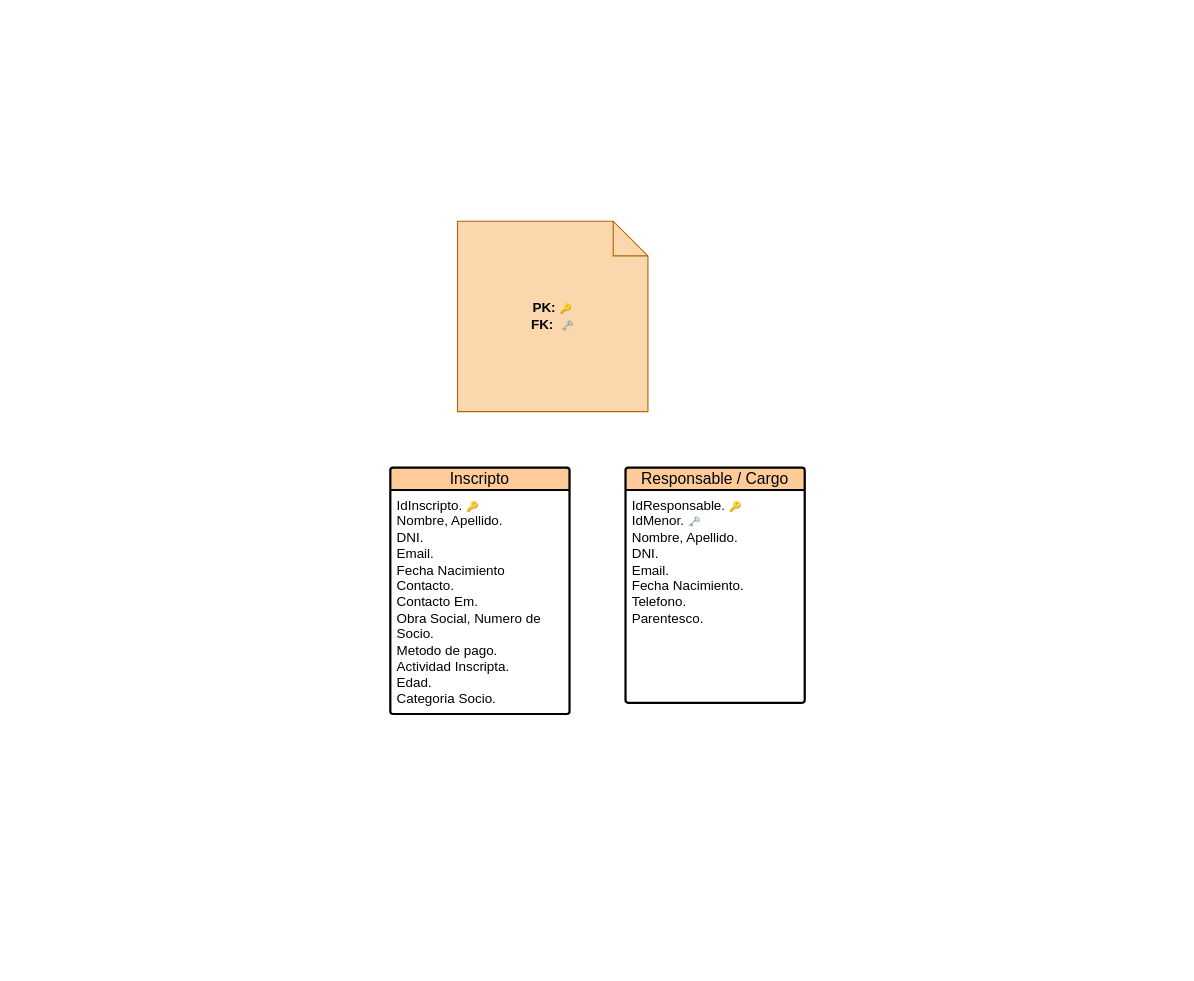
Above: DER/DER.drawio in EliasMenn/BBDDA_Grupo_12 (draw.io), before the change. Source tidied: cells renumbered, new cells numbered last; positions are measured from the earlier drawing's top-left corner, leaving out a move shared by most shapes. Both pictures are drawn from the tidied source at 112%, with x=0, y=0 at pixel (390, 221).
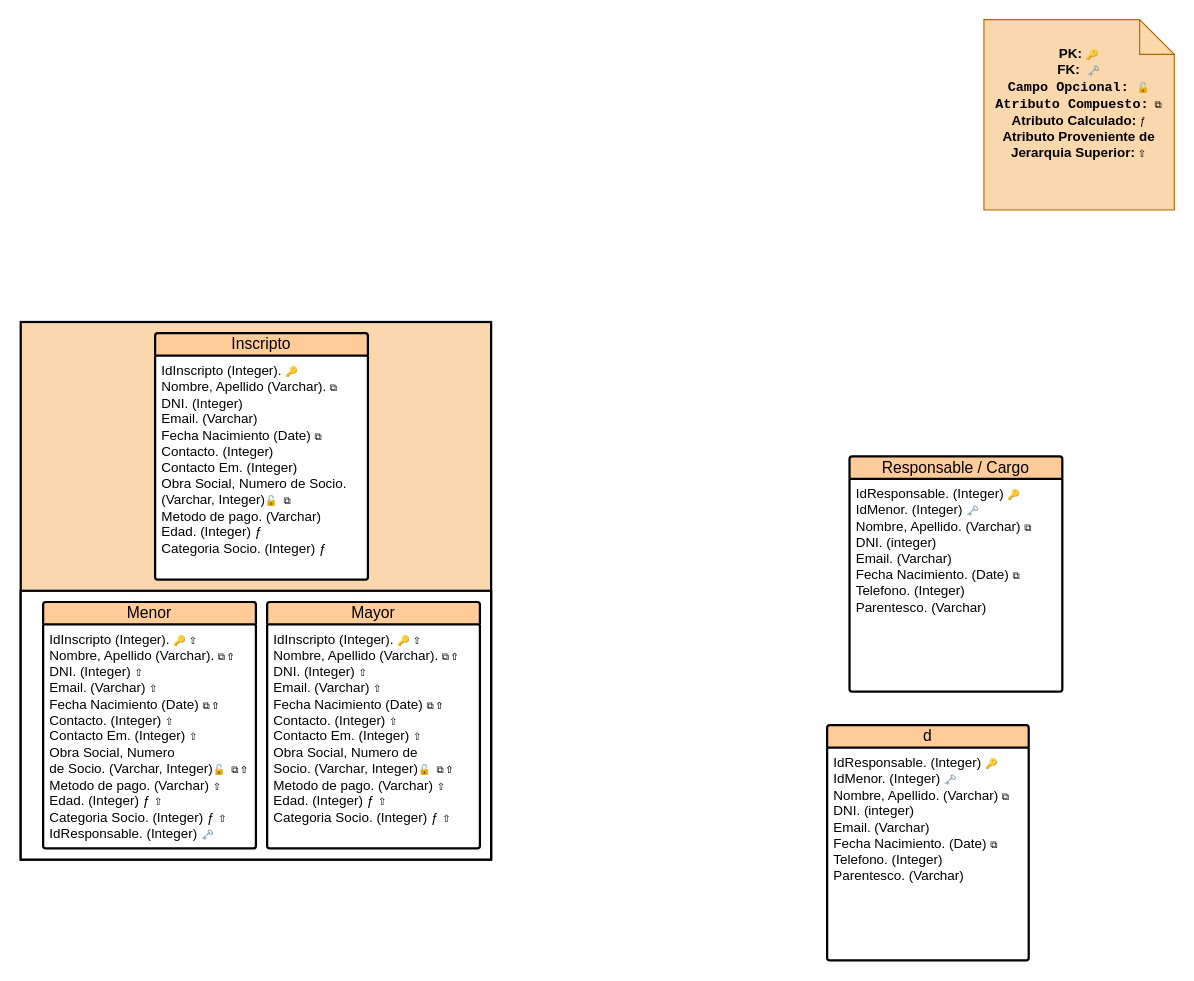
The same diagram, later.

Commit message (it also covers changes not shown here):
Modificacion DER

Se agregan Jerarquias a la estructura de Inscripto

What changed in the source:
```diff
@@
 <mxGraphModel>
   <root>
     <mxCell id="0" />
     <mxCell id="1" parent="0" />
-    <mxCell id="2" value="Inscripto" style="swimlane;horizontal=1;startSize=20;rounded=1;fontSize=14;fontStyle=0;strokeWidth=2;shadow=0;dashed=0;align=center;arcSize=4;whiteSpace=wrap;html=1;perimeterSpacing=0;strokeColor=#000000;fillColor=#FFCC99;fillStyle=auto;gradientColor=none;swimlaneFillColor=#FFFFFF;" parent="1" vertex="1">
-      <mxGeometry y="220" width="160" height="220" as="geometry" />
-    </mxCell>
-    <mxCell id="3" value="&lt;div style=&quot;&quot;&gt;&lt;span style=&quot;background-color: transparent; color: light-dark(rgb(0, 0, 0), rgb(255, 255, 255));&quot;&gt;IdInscripto&lt;/span&gt;&lt;span style=&quot;background-color: transparent; color: light-dark(rgb(0, 0, 0), rgb(255, 255, 255));&quot;&gt;.&amp;nbsp;&lt;/span&gt;&lt;font style=&quot;background-color: transparent; color: light-dark(rgb(0, 0, 0), rgb(255, 255, 255)); font-size: 9px;&quot;&gt;🔑&lt;/font&gt;&lt;/div&gt;Nombre, Apellido.&lt;div&gt;DNI.&lt;/div&gt;&lt;div&gt;Email.&lt;/div&gt;&lt;div&gt;Fecha Nacimiento&lt;/div&gt;&lt;div&gt;Contacto.&lt;br&gt;Contacto Em.&lt;/div&gt;&lt;div&gt;Obra Social, Numero de Socio.&lt;/div&gt;&lt;div&gt;Metodo de pago.&lt;/div&gt;&lt;div&gt;Actividad Inscripta.&lt;/div&gt;&lt;div&gt;Edad.&lt;/div&gt;&lt;div&gt;Categoria Socio.&lt;/div&gt;&lt;div&gt;&lt;br&gt;&lt;/div&gt;&lt;div&gt;&lt;br&gt;&lt;/div&gt;" style="align=left;strokeColor=none;fillColor=none;spacingLeft=4;spacingRight=4;fontSize=12;verticalAlign=top;html=1;whiteSpace=wrap;" parent="2" vertex="1">
-      <mxGeometry y="20" width="160" height="200" as="geometry" />
-    </mxCell>
+    <mxCell id="7" style="rounded=0;whiteSpace=wrap;html=1;fillColor=#fad7ac;strokeColor=light-dark(#000000, #c98531);strokeWidth=2;" parent="1" vertex="1">
+      <mxGeometry x="-330" y="90" width="420" height="480" as="geometry" />
+    </mxCell>
-    <mxCell id="4" value="&lt;div&gt;&lt;b&gt;PK:&amp;nbsp;&lt;/b&gt;&lt;span style=&quot;font-size: 9px; text-align: left;&quot;&gt;🔑&lt;/span&gt;&lt;b&gt;&lt;br&gt;FK:&amp;nbsp;&lt;/b&gt;&lt;span style=&quot;background-color: transparent; color: light-dark(rgb(0, 0, 0), rgb(255, 255, 255)); text-align: left;&quot;&gt;&amp;nbsp;&lt;/span&gt;&lt;span style=&quot;background-color: transparent; color: light-dark(rgb(0, 0, 0), rgb(255, 255, 255)); text-wrap-mode: nowrap;&quot;&gt;&lt;font style=&quot;font-size: 9px;&quot;&gt;🗝️&lt;/font&gt;&lt;/span&gt;&lt;/div&gt;" style="shape=note;size=31;whiteSpace=wrap;html=1;fillColor=#fad7ac;strokeColor=#b46504;" parent="1" vertex="1">
-      <mxGeometry x="60" width="170" height="170" as="geometry" />
+    <mxCell id="4" value="&lt;div&gt;&lt;b&gt;PK:&amp;nbsp;&lt;/b&gt;&lt;span style=&quot;font-size: 9px; text-align: left;&quot;&gt;🔑&lt;/span&gt;&lt;b&gt;&lt;br&gt;FK:&amp;nbsp;&lt;/b&gt;&lt;span style=&quot;background-color: transparent; color: light-dark(rgb(0, 0, 0), rgb(255, 255, 255)); text-align: left;&quot;&gt;&amp;nbsp;&lt;/span&gt;&lt;span style=&quot;background-color: transparent; color: light-dark(rgb(0, 0, 0), rgb(255, 255, 255)); text-wrap-mode: nowrap;&quot;&gt;&lt;font style=&quot;font-size: 9px;&quot;&gt;🗝️&lt;/font&gt;&lt;/span&gt;&lt;/div&gt;&lt;div&gt;&lt;span style=&quot;font-family: monospace;&quot;&gt;&lt;font&gt;&lt;b&gt;Campo Opcional:&amp;nbsp;&lt;/b&gt;&lt;/font&gt;&lt;font style=&quot;font-size: 9px;&quot;&gt;🔓&lt;/font&gt;&lt;/span&gt;&lt;span style=&quot;background-color: transparent; color: light-dark(rgb(0, 0, 0), rgb(255, 255, 255)); text-wrap-mode: nowrap;&quot;&gt;&lt;font style=&quot;font-size: 9px;&quot;&gt;&lt;/font&gt;&lt;/span&gt;&lt;/div&gt;&lt;div&gt;&lt;span style=&quot;font-family: monospace;&quot;&gt;&lt;b&gt;&lt;font&gt;Atributo Compuesto:&lt;/font&gt;&lt;font style=&quot;font-size: 9px;&quot;&gt;&amp;nbsp;&lt;/font&gt;&lt;/b&gt;&lt;/span&gt;&lt;span style=&quot;background-color: transparent; color: light-dark(rgb(0, 0, 0), rgb(255, 255, 255));&quot;&gt;&lt;font style=&quot;font-size: 9px;&quot;&gt;⧉&lt;/font&gt;&lt;/span&gt;&lt;/div&gt;&lt;div&gt;&lt;span style=&quot;background-color: transparent; color: light-dark(rgb(0, 0, 0), rgb(255, 255, 255));&quot;&gt;&lt;font&gt;&lt;b&gt;Atributo Calculado:&amp;nbsp;&lt;/b&gt;&lt;/font&gt;&lt;/span&gt;&lt;span style=&quot;background-color: transparent; color: light-dark(rgb(0, 0, 0), rgb(255, 255, 255));&quot;&gt;&lt;font style=&quot;font-size: 9px;&quot;&gt;ƒ&lt;/font&gt;&lt;/span&gt;&lt;/div&gt;&lt;div&gt;&lt;span style=&quot;background-color: transparent; color: light-dark(rgb(0, 0, 0), rgb(255, 255, 255));&quot;&gt;&lt;font&gt;&lt;b&gt;Atributo Proveniente de Jerarquia Superior:&lt;/b&gt;&lt;/font&gt;&lt;font style=&quot;font-size: 9px;&quot;&gt;&amp;nbsp;&lt;/font&gt;&lt;/span&gt;&lt;span style=&quot;background-color: transparent; color: light-dark(rgb(0, 0, 0), rgb(255, 255, 255));&quot;&gt;&lt;font style=&quot;font-size: 9px;&quot;&gt;⇧&lt;/font&gt;&lt;/span&gt;&lt;/div&gt;&lt;div&gt;&lt;table&gt;&lt;tbody&gt;&lt;tr&gt;&lt;td&gt;&lt;br&gt;&lt;/td&gt;&lt;/tr&gt;&lt;/tbody&gt;&lt;/table&gt;&lt;/div&gt;" style="shape=note;size=31;whiteSpace=wrap;html=1;fillColor=#fad7ac;strokeColor=#b46504;" parent="1" vertex="1">
+      <mxGeometry x="530" y="-180" width="170" height="170" as="geometry" />
     </mxCell>
     <mxCell id="5" value="Responsable / Cargo" style="swimlane;horizontal=1;startSize=20;rounded=1;fontSize=14;fontStyle=0;strokeWidth=2;shadow=0;dashed=0;align=center;arcSize=4;whiteSpace=wrap;html=1;perimeterSpacing=0;strokeColor=#000000;fillColor=#FFCC99;fillStyle=auto;gradientColor=none;swimlaneFillColor=#FFFFFF;" parent="1" vertex="1">
-      <mxGeometry x="210" y="220" width="160" height="210" as="geometry" />
+      <mxGeometry x="410" y="210" width="190" height="210" as="geometry" />
     </mxCell>
-    <mxCell id="6" value="&lt;div&gt;IdResponsable.&lt;b&gt;&amp;nbsp;&lt;/b&gt;&lt;span style=&quot;font-size: 9px; background-color: transparent; color: light-dark(rgb(0, 0, 0), rgb(255, 255, 255));&quot;&gt;🔑&lt;/span&gt;&lt;/div&gt;IdMenor.&amp;nbsp;&lt;span style=&quot;text-align: center; text-wrap-mode: nowrap;&quot;&gt;&lt;font style=&quot;font-size: 9px;&quot;&gt;🗝️&lt;/font&gt;&lt;/span&gt;&lt;br&gt;Nombre, Apellido.&lt;div&gt;DNI.&lt;br&gt;&lt;div&gt;Email.&lt;/div&gt;&lt;div&gt;Fecha Nacimiento.&lt;/div&gt;&lt;div&gt;Telefono.&lt;/div&gt;&lt;div&gt;Parentesco.&lt;/div&gt;&lt;div&gt;&lt;br&gt;&lt;/div&gt;&lt;div&gt;&lt;br&gt;&lt;/div&gt;&lt;/div&gt;" style="align=left;strokeColor=none;fillColor=none;spacingLeft=4;spacingRight=4;fontSize=12;verticalAlign=top;html=1;whiteSpace=wrap;" parent="5" vertex="1">
-      <mxGeometry y="20" width="160" height="190" as="geometry" />
+    <mxCell id="6" value="&lt;div&gt;IdResponsable. (Integer)&lt;b&gt;&amp;nbsp;&lt;/b&gt;&lt;span style=&quot;font-size: 9px; background-color: transparent; color: light-dark(rgb(0, 0, 0), rgb(255, 255, 255));&quot;&gt;🔑&lt;/span&gt;&lt;/div&gt;IdMenor. (Integer)&amp;nbsp;&lt;span style=&quot;text-align: center; text-wrap-mode: nowrap;&quot;&gt;&lt;font style=&quot;font-size: 9px;&quot;&gt;🗝️&lt;/font&gt;&lt;/span&gt;&lt;br&gt;Nombre, Apellido. (Varchar)&amp;nbsp;&lt;span style=&quot;font-size: 9px; text-align: center;&quot;&gt;⧉&lt;/span&gt;&lt;div&gt;DNI. (integer)&lt;br&gt;&lt;div&gt;Email. (Varchar)&lt;/div&gt;&lt;div&gt;Fecha Nacimiento. (Date)&amp;nbsp;&lt;span style=&quot;font-size: 9px; text-align: center; background-color: transparent; color: light-dark(rgb(0, 0, 0), rgb(255, 255, 255));&quot;&gt;⧉&lt;/span&gt;&lt;/div&gt;&lt;div&gt;Telefono. (Integer)&lt;/div&gt;&lt;div&gt;Parentesco. (Varchar)&lt;/div&gt;&lt;div&gt;&lt;br&gt;&lt;/div&gt;&lt;div&gt;&lt;br&gt;&lt;/div&gt;&lt;/div&gt;" style="align=left;strokeColor=none;fillColor=none;spacingLeft=4;spacingRight=4;fontSize=12;verticalAlign=top;html=1;whiteSpace=wrap;" parent="5" vertex="1">
+      <mxGeometry y="20" width="190" height="190" as="geometry" />
     </mxCell>
+    <mxCell id="8" value="d" style="swimlane;horizontal=1;startSize=20;rounded=1;fontSize=14;fontStyle=0;strokeWidth=2;shadow=0;dashed=0;align=center;arcSize=4;whiteSpace=wrap;html=1;perimeterSpacing=0;strokeColor=#000000;fillColor=#FFCC99;fillStyle=auto;gradientColor=none;swimlaneFillColor=#FFFFFF;" parent="1" vertex="1">
+      <mxGeometry x="390" y="450" width="180" height="210" as="geometry" />
+    </mxCell>
+    <mxCell id="9" value="&lt;div&gt;IdResponsable. (Integer)&lt;b&gt;&amp;nbsp;&lt;/b&gt;&lt;span style=&quot;font-size: 9px; background-color: transparent; color: light-dark(rgb(0, 0, 0), rgb(255, 255, 255));&quot;&gt;🔑&lt;/span&gt;&lt;/div&gt;IdMenor. (Integer)&amp;nbsp;&lt;span style=&quot;text-align: center; text-wrap-mode: nowrap;&quot;&gt;&lt;font style=&quot;font-size: 9px;&quot;&gt;🗝️&lt;/font&gt;&lt;/span&gt;&lt;br&gt;Nombre, Apellido. (Varchar)&amp;nbsp;&lt;span style=&quot;font-size: 9px; text-align: center;&quot;&gt;⧉&lt;/span&gt;&lt;div&gt;DNI. (integer)&lt;br&gt;&lt;div&gt;Email. (Varchar)&lt;/div&gt;&lt;div&gt;Fecha Nacimiento. (Date)&amp;nbsp;&lt;span style=&quot;font-size: 9px; text-align: center; background-color: transparent; color: light-dark(rgb(0, 0, 0), rgb(255, 255, 255));&quot;&gt;⧉&lt;/span&gt;&lt;/div&gt;&lt;div&gt;Telefono. (Integer)&lt;/div&gt;&lt;div&gt;Parentesco. (Varchar)&lt;/div&gt;&lt;div&gt;&lt;br&gt;&lt;/div&gt;&lt;div&gt;&lt;br&gt;&lt;/div&gt;&lt;/div&gt;" style="align=left;strokeColor=none;fillColor=none;spacingLeft=4;spacingRight=4;fontSize=12;verticalAlign=top;html=1;whiteSpace=wrap;" parent="8" vertex="1">
+      <mxGeometry y="20" width="180" height="190" as="geometry" />
+    </mxCell>
+    <mxCell id="2" value="Inscripto" style="swimlane;horizontal=1;startSize=20;rounded=1;fontSize=14;fontStyle=0;strokeWidth=2;shadow=0;dashed=0;align=center;arcSize=4;whiteSpace=wrap;html=1;perimeterSpacing=0;strokeColor=#000000;fillColor=#FFCC99;fillStyle=auto;gradientColor=none;swimlaneFillColor=#FFFFFF;" parent="1" vertex="1">
+      <mxGeometry x="-210" y="100" width="190" height="220" as="geometry" />
+    </mxCell>
+    <mxCell id="3" value="&lt;div style=&quot;&quot;&gt;&lt;span style=&quot;background-color: transparent; color: light-dark(rgb(0, 0, 0), rgb(255, 255, 255));&quot;&gt;IdInscripto (Integer)&lt;/span&gt;&lt;span style=&quot;background-color: transparent; color: light-dark(rgb(0, 0, 0), rgb(255, 255, 255));&quot;&gt;.&amp;nbsp;&lt;/span&gt;&lt;font style=&quot;background-color: transparent; color: light-dark(rgb(0, 0, 0), rgb(255, 255, 255)); font-size: 9px;&quot;&gt;🔑&lt;/font&gt;&lt;/div&gt;Nombre, Apellido (Varchar).&amp;nbsp;&lt;span style=&quot;font-size: 9px; text-align: center;&quot;&gt;⧉&lt;/span&gt;&lt;div&gt;DNI. (Integer)&lt;/div&gt;&lt;div&gt;Email. (Varchar)&lt;/div&gt;&lt;div&gt;Fecha Nacimiento (Date)&amp;nbsp;&lt;span style=&quot;font-size: 9px; text-align: center; background-color: transparent; color: light-dark(rgb(0, 0, 0), rgb(255, 255, 255));&quot;&gt;⧉&lt;/span&gt;&lt;/div&gt;&lt;div&gt;Contacto. (Integer)&lt;br&gt;Contacto Em. (Integer)&lt;/div&gt;&lt;div&gt;Obra Social, Numero de Socio. (Varchar, Integer)&lt;span style=&quot;font-family: monospace; font-size: 9px; text-align: center; background-color: transparent; color: light-dark(rgb(0, 0, 0), rgb(255, 255, 255));&quot;&gt;🔓&amp;nbsp;&lt;/span&gt;&lt;span style=&quot;font-size: 9px; text-align: center; background-color: transparent; color: light-dark(rgb(0, 0, 0), rgb(255, 255, 255));&quot;&gt;⧉&lt;/span&gt;&lt;/div&gt;&lt;div&gt;Metodo de pago. (Varchar)&lt;/div&gt;&lt;div&gt;Edad. (Integer)&amp;nbsp;&lt;span style=&quot;background-color: transparent; color: light-dark(rgb(0, 0, 0), rgb(255, 255, 255));&quot;&gt;ƒ&lt;/span&gt;&lt;/div&gt;&lt;div&gt;Categoria Socio. (Integer)&amp;nbsp;&lt;span style=&quot;background-color: transparent; color: light-dark(rgb(0, 0, 0), rgb(255, 255, 255));&quot;&gt;ƒ&lt;/span&gt;&lt;/div&gt;&lt;div&gt;&lt;br&gt;&lt;/div&gt;&lt;div&gt;&lt;br&gt;&lt;/div&gt;" style="align=left;strokeColor=none;fillColor=none;spacingLeft=4;spacingRight=4;fontSize=12;verticalAlign=top;html=1;whiteSpace=wrap;" parent="2" vertex="1">
+      <mxGeometry y="20" width="190" height="200" as="geometry" />
+    </mxCell>
+    <mxCell id="10" style="rounded=0;whiteSpace=wrap;html=1;" parent="2" vertex="1">
+      <mxGeometry y="220" width="190" as="geometry" />
+    </mxCell>
+    <mxCell id="11" style="rounded=0;whiteSpace=wrap;html=1;strokeWidth=2;perimeterSpacing=0;" parent="1" vertex="1">
+      <mxGeometry x="-330" y="330" width="420" height="240" as="geometry" />
+    </mxCell>
+    <mxCell id="12" value="Menor" style="swimlane;horizontal=1;startSize=20;rounded=1;fontSize=14;fontStyle=0;strokeWidth=2;shadow=0;dashed=0;align=center;arcSize=4;whiteSpace=wrap;html=1;perimeterSpacing=0;strokeColor=#000000;fillColor=#FFCC99;fillStyle=auto;gradientColor=none;swimlaneFillColor=#FFFFFF;" parent="1" vertex="1">
+      <mxGeometry x="-310" y="340" width="190" height="220" as="geometry" />
+    </mxCell>
+    <mxCell id="13" value="&lt;div style=&quot;&quot;&gt;&lt;span style=&quot;background-color: transparent; color: light-dark(rgb(0, 0, 0), rgb(255, 255, 255));&quot;&gt;IdInscripto (Integer)&lt;/span&gt;&lt;span style=&quot;background-color: transparent; color: light-dark(rgb(0, 0, 0), rgb(255, 255, 255));&quot;&gt;.&amp;nbsp;&lt;/span&gt;&lt;font style=&quot;background-color: transparent; color: light-dark(rgb(0, 0, 0), rgb(255, 255, 255)); font-size: 9px;&quot;&gt;🔑&amp;nbsp;&lt;/font&gt;&lt;span style=&quot;font-size: 9px; text-align: center; background-color: transparent; color: light-dark(rgb(0, 0, 0), rgb(255, 255, 255));&quot;&gt;⇧&lt;/span&gt;&lt;/div&gt;Nombre, Apellido (Varchar).&amp;nbsp;&lt;span style=&quot;font-size: 9px; text-align: center;&quot;&gt;⧉&amp;nbsp;&lt;/span&gt;&lt;span style=&quot;font-size: 9px; text-align: center;&quot;&gt;⇧&lt;/span&gt;&lt;div&gt;DNI. (Integer)&amp;nbsp;&lt;span style=&quot;font-size: 9px; text-align: center; background-color: transparent; color: light-dark(rgb(0, 0, 0), rgb(255, 255, 255));&quot;&gt;⇧&lt;/span&gt;&lt;/div&gt;&lt;div&gt;Email. (Varchar)&amp;nbsp;&lt;span style=&quot;font-size: 9px; text-align: center; background-color: transparent; color: light-dark(rgb(0, 0, 0), rgb(255, 255, 255));&quot;&gt;⇧&lt;/span&gt;&lt;/div&gt;&lt;div&gt;Fecha Nacimiento (Date)&amp;nbsp;&lt;span style=&quot;font-size: 9px; text-align: center; background-color: transparent; color: light-dark(rgb(0, 0, 0), rgb(255, 255, 255));&quot;&gt;⧉&amp;nbsp;&lt;/span&gt;&lt;span style=&quot;font-size: 9px; text-align: center; background-color: transparent; color: light-dark(rgb(0, 0, 0), rgb(255, 255, 255));&quot;&gt;⇧&lt;/span&gt;&lt;/div&gt;&lt;div&gt;Contacto. (Integer)&amp;nbsp;&lt;span style=&quot;font-size: 9px; text-align: center;&quot;&gt;⇧&lt;/span&gt;&lt;br&gt;Contacto Em. (Integer)&amp;nbsp;&lt;span style=&quot;font-size: 9px; text-align: center; background-color: transparent; color: light-dark(rgb(0, 0, 0), rgb(255, 255, 255));&quot;&gt;⇧&lt;/span&gt;&lt;/div&gt;&lt;div&gt;Obra Social, Numero de&amp;nbsp;&lt;span style=&quot;background-color: transparent; color: light-dark(rgb(0, 0, 0), rgb(255, 255, 255));&quot;&gt;Socio.&amp;nbsp;&lt;/span&gt;&lt;span style=&quot;background-color: transparent; color: light-dark(rgb(0, 0, 0), rgb(255, 255, 255));&quot;&gt;(Varchar, Integer)&lt;/span&gt;&lt;span style=&quot;background-color: transparent; color: light-dark(rgb(0, 0, 0), rgb(255, 255, 255)); font-family: monospace; font-size: 9px; text-align: center;&quot;&gt;🔓&amp;nbsp;&lt;/span&gt;&lt;span style=&quot;background-color: transparent; color: light-dark(rgb(0, 0, 0), rgb(255, 255, 255)); font-size: 9px; text-align: center;&quot;&gt;⧉&amp;nbsp;&lt;/span&gt;&lt;span style=&quot;background-color: transparent; color: light-dark(rgb(0, 0, 0), rgb(255, 255, 255)); font-size: 9px; text-align: center;&quot;&gt;⇧&lt;/span&gt;&lt;/div&gt;&lt;div&gt;Metodo de pago. (Varchar)&amp;nbsp;&lt;span style=&quot;font-size: 9px; text-align: center; background-color: transparent; color: light-dark(rgb(0, 0, 0), rgb(255, 255, 255));&quot;&gt;⇧&lt;/span&gt;&lt;/div&gt;&lt;div&gt;Edad. (Integer)&amp;nbsp;&lt;span style=&quot;background-color: transparent; color: light-dark(rgb(0, 0, 0), rgb(255, 255, 255));&quot;&gt;ƒ&amp;nbsp;&lt;/span&gt;&lt;span style=&quot;font-size: 9px; text-align: center; background-color: transparent; color: light-dark(rgb(0, 0, 0), rgb(255, 255, 255));&quot;&gt;⇧&lt;/span&gt;&lt;/div&gt;&lt;div&gt;Categoria Socio. (Integer)&amp;nbsp;&lt;span style=&quot;background-color: transparent; color: light-dark(rgb(0, 0, 0), rgb(255, 255, 255));&quot;&gt;ƒ&amp;nbsp;&lt;/span&gt;&lt;span style=&quot;font-size: 9px; text-align: center; background-color: transparent; color: light-dark(rgb(0, 0, 0), rgb(255, 255, 255));&quot;&gt;⇧&lt;/span&gt;&lt;/div&gt;&lt;div&gt;IdResponsable. (Integer)&amp;nbsp;&lt;span style=&quot;text-wrap-mode: nowrap; text-align: center;&quot;&gt;&lt;font style=&quot;font-size: 9px;&quot;&gt;🗝️&lt;/font&gt;&lt;/span&gt;&lt;br&gt;&lt;/div&gt;&lt;div&gt;&lt;br&gt;&lt;/div&gt;" style="align=left;strokeColor=none;fillColor=none;spacingLeft=4;spacingRight=4;fontSize=12;verticalAlign=top;html=1;whiteSpace=wrap;" parent="12" vertex="1">
+      <mxGeometry y="20" width="190" height="200" as="geometry" />
+    </mxCell>
+    <mxCell id="14" style="rounded=0;whiteSpace=wrap;html=1;" parent="12" vertex="1">
+      <mxGeometry y="220" width="190" as="geometry" />
+    </mxCell>
+    <mxCell id="15" value="Mayor" style="swimlane;horizontal=1;startSize=20;rounded=1;fontSize=14;fontStyle=0;strokeWidth=2;shadow=0;dashed=0;align=center;arcSize=4;whiteSpace=wrap;html=1;perimeterSpacing=0;strokeColor=#000000;fillColor=#FFCC99;fillStyle=auto;gradientColor=none;swimlaneFillColor=#FFFFFF;" parent="1" vertex="1">
+      <mxGeometry x="-110" y="340" width="190" height="220" as="geometry" />
+    </mxCell>
+    <mxCell id="16" value="&lt;div style=&quot;&quot;&gt;&lt;span style=&quot;background-color: transparent; color: light-dark(rgb(0, 0, 0), rgb(255, 255, 255));&quot;&gt;IdInscripto (Integer)&lt;/span&gt;&lt;span style=&quot;background-color: transparent; color: light-dark(rgb(0, 0, 0), rgb(255, 255, 255));&quot;&gt;.&amp;nbsp;&lt;/span&gt;&lt;font style=&quot;background-color: transparent; color: light-dark(rgb(0, 0, 0), rgb(255, 255, 255)); font-size: 9px;&quot;&gt;🔑&amp;nbsp;&lt;/font&gt;&lt;span style=&quot;font-size: 9px; text-align: center; background-color: transparent; color: light-dark(rgb(0, 0, 0), rgb(255, 255, 255));&quot;&gt;⇧&lt;/span&gt;&lt;/div&gt;Nombre, Apellido (Varchar).&amp;nbsp;&lt;span style=&quot;font-size: 9px; text-align: center;&quot;&gt;⧉&amp;nbsp;&lt;/span&gt;&lt;span style=&quot;font-size: 9px; text-align: center;&quot;&gt;⇧&lt;/span&gt;&lt;div&gt;DNI. (Integer)&amp;nbsp;&lt;span style=&quot;font-size: 9px; text-align: center; background-color: transparent; color: light-dark(rgb(0, 0, 0), rgb(255, 255, 255));&quot;&gt;⇧&lt;/span&gt;&lt;/div&gt;&lt;div&gt;Email. (Varchar)&amp;nbsp;&lt;span style=&quot;font-size: 9px; text-align: center; background-color: transparent; color: light-dark(rgb(0, 0, 0), rgb(255, 255, 255));&quot;&gt;⇧&lt;/span&gt;&lt;/div&gt;&lt;div&gt;Fecha Nacimiento (Date)&amp;nbsp;&lt;span style=&quot;font-size: 9px; text-align: center; background-color: transparent; color: light-dark(rgb(0, 0, 0), rgb(255, 255, 255));&quot;&gt;⧉&amp;nbsp;&lt;/span&gt;&lt;span style=&quot;font-size: 9px; text-align: center; background-color: transparent; color: light-dark(rgb(0, 0, 0), rgb(255, 255, 255));&quot;&gt;⇧&lt;/span&gt;&lt;/div&gt;&lt;div&gt;Contacto. (Integer)&amp;nbsp;&lt;span style=&quot;font-size: 9px; text-align: center;&quot;&gt;⇧&lt;/span&gt;&lt;br&gt;Contacto Em. (Integer)&amp;nbsp;&lt;span style=&quot;font-size: 9px; text-align: center; background-color: transparent; color: light-dark(rgb(0, 0, 0), rgb(255, 255, 255));&quot;&gt;⇧&lt;/span&gt;&lt;/div&gt;&lt;div&gt;Obra Social, Numero de Socio.&amp;nbsp;&lt;span style=&quot;background-color: transparent; color: light-dark(rgb(0, 0, 0), rgb(255, 255, 255));&quot;&gt;(Varchar, Integer)&lt;/span&gt;&lt;span style=&quot;background-color: transparent; color: light-dark(rgb(0, 0, 0), rgb(255, 255, 255)); font-family: monospace; font-size: 9px; text-align: center;&quot;&gt;🔓&amp;nbsp;&lt;/span&gt;&lt;span style=&quot;background-color: transparent; color: light-dark(rgb(0, 0, 0), rgb(255, 255, 255)); font-size: 9px; text-align: center;&quot;&gt;⧉&amp;nbsp;&lt;/span&gt;&lt;span style=&quot;background-color: transparent; color: light-dark(rgb(0, 0, 0), rgb(255, 255, 255)); font-size: 9px; text-align: center;&quot;&gt;⇧&lt;/span&gt;&lt;/div&gt;&lt;div&gt;Metodo de pago. (Varchar)&amp;nbsp;&lt;span style=&quot;font-size: 9px; text-align: center; background-color: transparent; color: light-dark(rgb(0, 0, 0), rgb(255, 255, 255));&quot;&gt;⇧&lt;/span&gt;&lt;/div&gt;&lt;div&gt;Edad. (Integer)&amp;nbsp;&lt;span style=&quot;background-color: transparent; color: light-dark(rgb(0, 0, 0), rgb(255, 255, 255));&quot;&gt;ƒ&amp;nbsp;&lt;/span&gt;&lt;span style=&quot;font-size: 9px; text-align: center; background-color: transparent; color: light-dark(rgb(0, 0, 0), rgb(255, 255, 255));&quot;&gt;⇧&lt;/span&gt;&lt;/div&gt;&lt;div&gt;Categoria Socio. (Integer)&amp;nbsp;&lt;span style=&quot;background-color: transparent; color: light-dark(rgb(0, 0, 0), rgb(255, 255, 255));&quot;&gt;ƒ&amp;nbsp;&lt;/span&gt;&lt;span style=&quot;font-size: 9px; text-align: center; background-color: transparent; color: light-dark(rgb(0, 0, 0), rgb(255, 255, 255));&quot;&gt;⇧&lt;/span&gt;&lt;/div&gt;&lt;div&gt;&lt;br&gt;&lt;/div&gt;&lt;div&gt;&lt;br&gt;&lt;/div&gt;" style="align=left;strokeColor=none;fillColor=none;spacingLeft=4;spacingRight=4;fontSize=12;verticalAlign=top;html=1;whiteSpace=wrap;" parent="15" vertex="1">
+      <mxGeometry y="20" width="190" height="200" as="geometry" />
+    </mxCell>
+    <mxCell id="17" style="rounded=0;whiteSpace=wrap;html=1;" parent="15" vertex="1">
+      <mxGeometry y="220" width="190" as="geometry" />
+    </mxCell>
   </root>
 </mxGraphModel>
```
